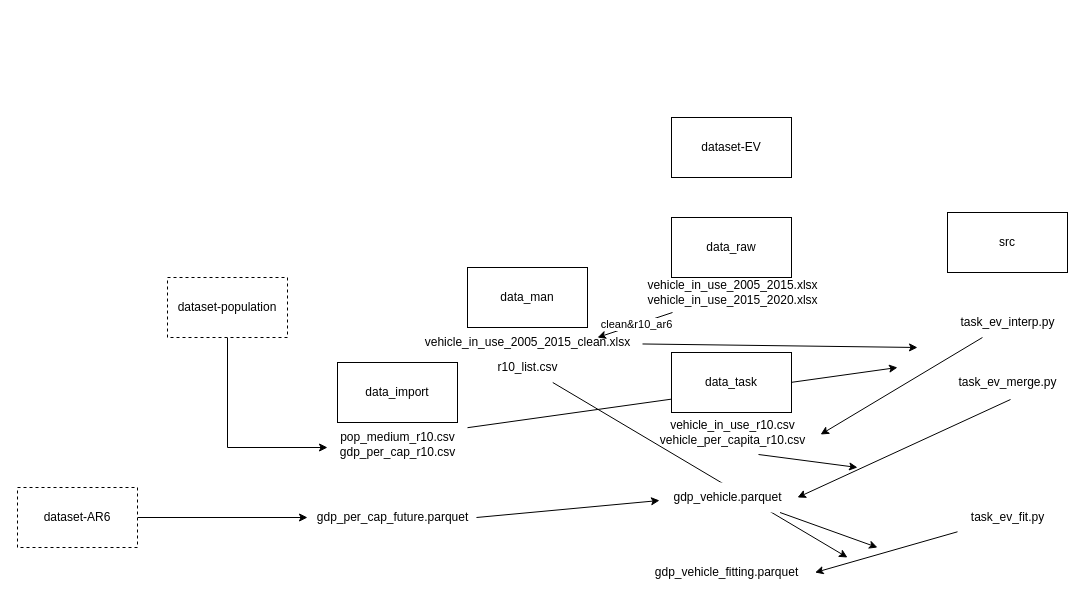
The draw.io diagram strucutre.drawio in jenchen95/dataset-EV, before the edit. Source tidied: cells renumbered, new cells numbered last; positions are measured from the earlier drawing's top-left corner, leaving out a move shared by most shapes. Both pictures are drawn from the tidied source at 100%, with x=0, y=0 at pixel (17, 117).
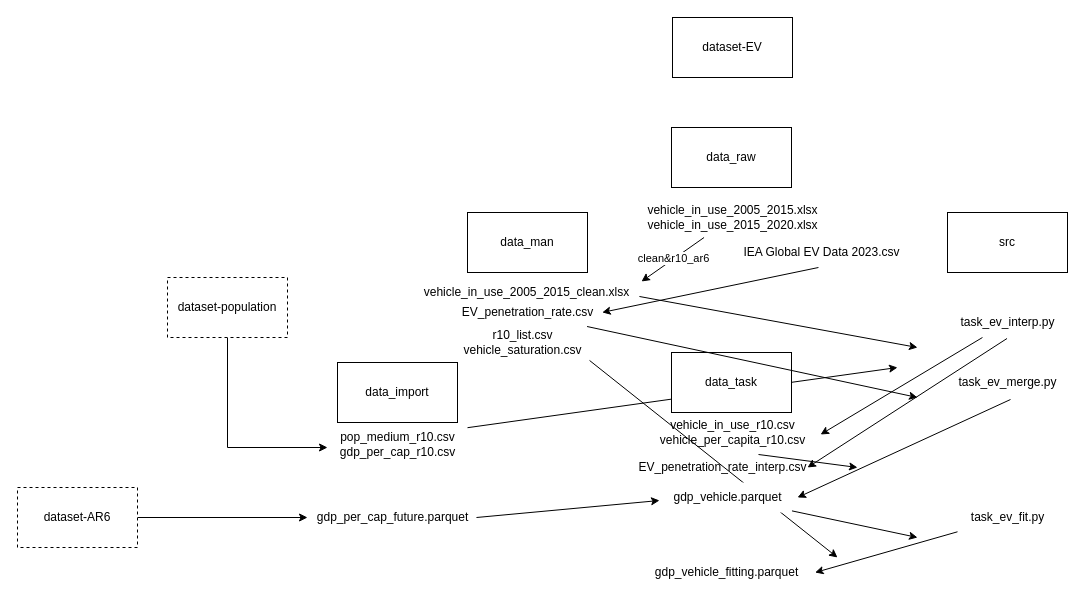
After the change.

Commit message (it also covers changes not shown here):
[data] ev penetration rate and ev volume

The change refers to these unchanged cells:
```xml
<mxCell id="14" value="task_ev_interp.py" style="text;html=1;align=center;verticalAlign=middle;points=[];strokeColor=none;fillColor=none;" parent="1" vertex="1">
  <mxGeometry x="930" y="190" width="120" height="30" as="geometry" />
</mxCell>
<mxCell id="28" value="gdp_vehicle.parquet" style="text;html=1;align=center;verticalAlign=middle;points=[];fillColor=default;" parent="1" vertex="1">
  <mxGeometry x="645" y="365" width="130" height="30" as="geometry" />
</mxCell>
```

Diff of the diagram source:
```diff
@@
-    <mxCell id="2" style="endArrow=classic;html=1;rounded=0;" parent="1" edge="1" source="34">
+    <mxCell id="2" style="endArrow=classic;html=1;rounded=0;exitX=0.979;exitY=0.949;exitDx=0;exitDy=0;exitPerimeter=0;" parent="1" edge="1" source="34">
       <mxGeometry relative="1" as="geometry">
-        <mxPoint x="830" y="440" as="targetPoint" />
+        <mxPoint x="820" y="440" as="targetPoint" />
       </mxGeometry>
     </mxCell>
@@
-    <mxCell id="4" style="endArrow=classic;html=1;rounded=0;" parent="1" edge="1" source="9">
+    <mxCell id="4" style="endArrow=classic;html=1;rounded=0;exitX=0.991;exitY=0.633;exitDx=0;exitDy=0;exitPerimeter=0;" parent="1" edge="1" source="9">
       <mxGeometry relative="1" as="geometry">
         <mxPoint x="900" y="230" as="targetPoint" />
       </mxGeometry>
     </mxCell>
     <mxCell id="5" value="dataset-EV" style="rounded=0;whiteSpace=wrap;html=1;" parent="1" vertex="1">
-      <mxGeometry x="654" width="120" height="60" as="geometry" />
+      <mxGeometry x="655" y="-100" width="120" height="60" as="geometry" />
     </mxCell>
     <mxCell id="6" value="data_raw" style="rounded=0;whiteSpace=wrap;html=1;" parent="1" vertex="1">
-      <mxGeometry x="654" y="100" width="120" height="60" as="geometry" />
+      <mxGeometry x="654" y="10" width="120" height="60" as="geometry" />
     </mxCell>
@@
     <mxCell id="8" value="data_man" style="rounded=0;whiteSpace=wrap;html=1;" parent="1" vertex="1">
-      <mxGeometry x="450" y="150" width="120" height="60" as="geometry" />
+      <mxGeometry x="450" y="95" width="120" height="60" as="geometry" />
     </mxCell>
     <mxCell id="9" value="vehicle_in_use_2005_2015_clean.xlsx" style="text;html=1;align=center;verticalAlign=middle;points=[];strokeColor=none;fillColor=none;" parent="1" vertex="1">
-      <mxGeometry x="395" y="210" width="230" height="30" as="geometry" />
+      <mxGeometry x="394" y="160" width="230" height="30" as="geometry" />
     </mxCell>
     <mxCell id="10" value="vehicle_in_use_2005_2015.xlsx&lt;br&gt;vehicle_in_use_2015_2020.xlsx" style="text;html=1;align=center;verticalAlign=middle;points=[];strokeColor=none;fillColor=none;" parent="1" vertex="1">
-      <mxGeometry x="620" y="155" width="190" height="40" as="geometry" />
+      <mxGeometry x="620" y="80" width="190" height="40" as="geometry" />
     </mxCell>
-    <mxCell id="11" style="endArrow=classic;html=1;rounded=0;" parent="1" edge="1" source="10">
-      <mxGeometry relative="1" as="geometry">
-        <mxPoint x="580" y="220" as="targetPoint" />
-      </mxGeometry>
+    <mxCell id="11" style="endArrow=classic;html=1;rounded=0;entryX=1;entryY=0.133;entryDx=0;entryDy=0;entryPerimeter=0;" parent="1" edge="1" source="10" target="9">
+      <mxGeometry relative="1" as="geometry" />
     </mxCell>
@@
-    <mxCell id="33" style="endArrow=classic;html=1;rounded=0;exitX=0.904;exitY=1;exitDx=0;exitDy=0;exitPerimeter=0;" parent="1" edge="1" source="28">
+    <mxCell id="33" style="endArrow=classic;html=1;rounded=0;exitX=0.996;exitY=0.946;exitDx=0;exitDy=0;exitPerimeter=0;" parent="1" edge="1" source="28">
       <mxGeometry relative="1" as="geometry">
-        <mxPoint x="860" y="430" as="targetPoint" />
+        <mxPoint x="900" y="420" as="targetPoint" />
       </mxGeometry>
     </mxCell>
-    <mxCell id="34" value="r10_list.csv" style="text;html=1;align=center;verticalAlign=middle;points=[];strokeColor=none;fillColor=none;" parent="1" vertex="1">
-      <mxGeometry x="470" y="235" width="80" height="30" as="geometry" />
+    <mxCell id="34" value="r10_list.csv&lt;br&gt;vehicle_saturation.csv" style="text;html=1;align=center;verticalAlign=middle;points=[];strokeColor=none;fillColor=none;" parent="1" vertex="1">
+      <mxGeometry x="435" y="205" width="140" height="40" as="geometry" />
     </mxCell>
+    <mxCell id="35" value="EV_penetration_rate.csv" style="text;html=1;align=center;verticalAlign=middle;points=[];strokeColor=none;fillColor=none;" parent="1" vertex="1">
+      <mxGeometry x="435" y="180" width="150" height="30" as="geometry" />
+    </mxCell>
+    <mxCell id="36" value="IEA Global EV Data 2023.csv" style="text;html=1;align=center;verticalAlign=middle;points=[];strokeColor=none;fillColor=none;" parent="1" vertex="1">
+      <mxGeometry x="714" y="120" width="180" height="30" as="geometry" />
+    </mxCell>
+    <mxCell id="37" style="endArrow=classic;html=1;rounded=0;exitX=0.483;exitY=1;exitDx=0;exitDy=0;exitPerimeter=0;entryX=0.998;entryY=0.497;entryDx=0;entryDy=0;entryPerimeter=0;" parent="1" edge="1" source="36" target="35">
+      <mxGeometry relative="1" as="geometry" />
+    </mxCell>
+    <mxCell id="38" value="EV_penetration_rate_interp.csv" style="text;html=1;align=center;verticalAlign=middle;strokeColor=none;fillColor=none;" parent="1" vertex="1">
+      <mxGeometry x="610" y="335" width="190" height="30" as="geometry" />
+    </mxCell>
+    <mxCell id="39" style="endArrow=classic;html=1;rounded=0;exitX=0.897;exitY=0.967;exitDx=0;exitDy=0;exitPerimeter=0;" parent="1" edge="1" source="35">
+      <mxGeometry relative="1" as="geometry">
+        <mxPoint x="900" y="280" as="targetPoint" />
+      </mxGeometry>
+    </mxCell>
+    <mxCell id="40" style="endArrow=classic;html=1;rounded=0;exitX=0.496;exitY=1.033;exitDx=0;exitDy=0;exitPerimeter=0;" parent="1" edge="1" source="14">
+      <mxGeometry relative="1" as="geometry">
+        <mxPoint x="790" y="350" as="targetPoint" />
+      </mxGeometry>
+    </mxCell>
```
